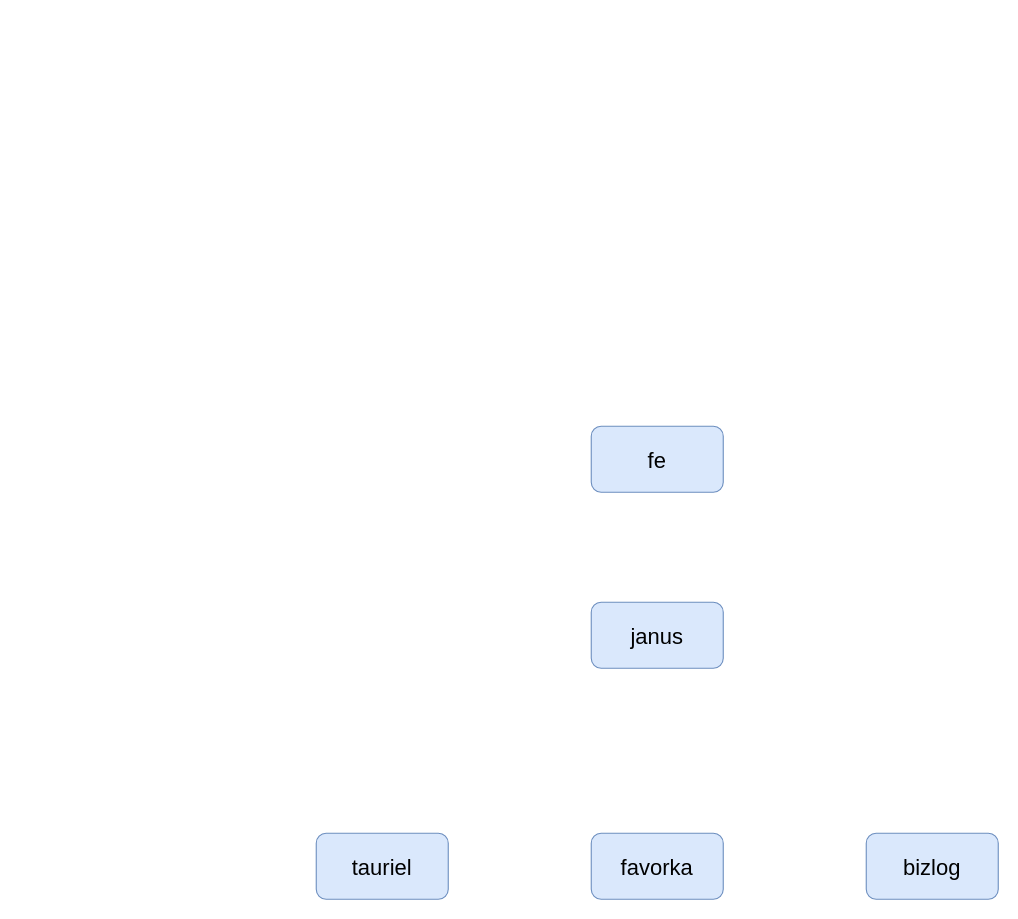
The draw.io diagram janus_gateway.drawio in effyroth/drawio2, before the edit. Source tidied: cells renumbered, new cells numbered last; positions are measured from the earlier drawing's top-left corner, leaving out a move shared by most shapes. Both pictures are drawn from the tidied source at 110%, with x=0, y=0 at pixel (316, 426).
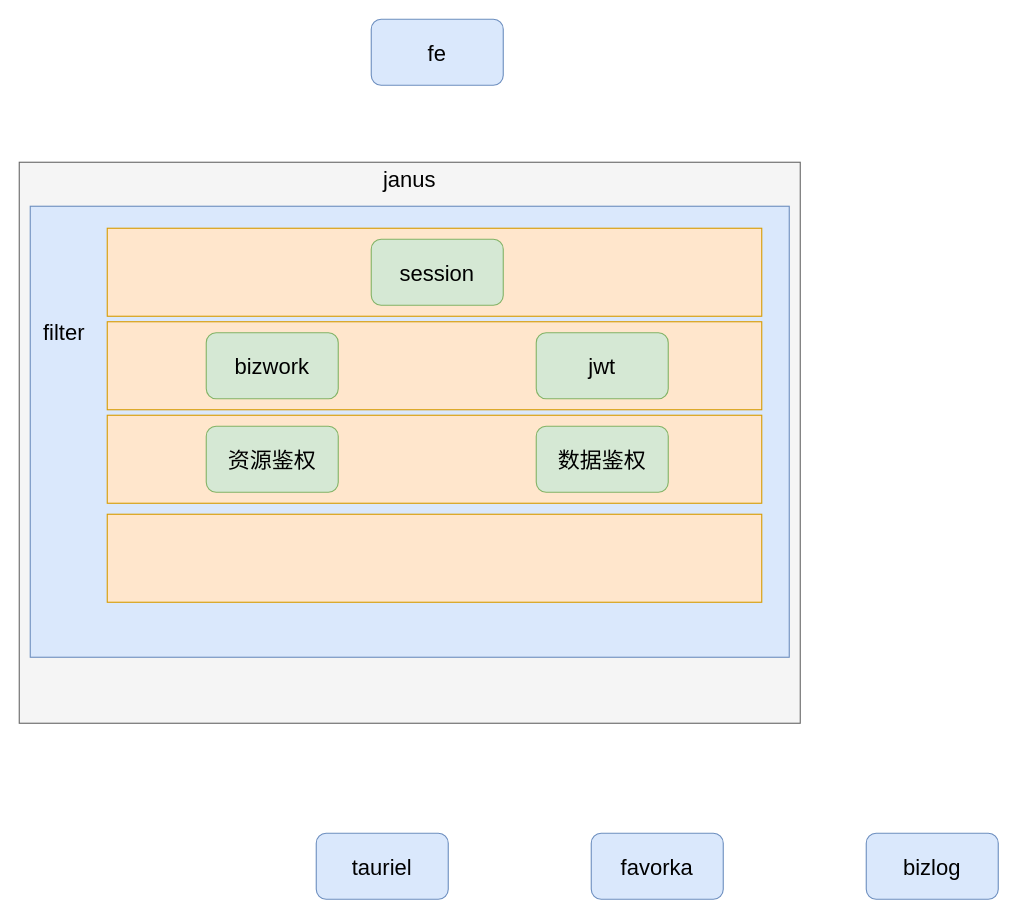
The same diagram, later.

Diff of the diagram source:
```diff
@@
 <mxGraphModel>
   <root>
     <mxCell id="0" />
     <mxCell id="1" parent="0" />
+    <mxCell id="7" style="rounded=0;whiteSpace=wrap;html=1;fillColor=#f5f5f5;strokeColor=#666666;fontColor=#333333;glass=0;comic=0;" parent="1" vertex="1">
+      <mxGeometry x="-270" y="-240" width="710" height="510" as="geometry" />
+    </mxCell>
     <mxCell id="2" value="&lt;font style=&quot;font-size: 20px&quot;&gt;fe&lt;/font&gt;" style="rounded=1;whiteSpace=wrap;html=1;fillColor=#dae8fc;strokeColor=#6c8ebf;" parent="1" vertex="1">
-      <mxGeometry x="250" width="120" height="60" as="geometry" />
+      <mxGeometry x="50" y="-370" width="120" height="60" as="geometry" />
     </mxCell>
-    <mxCell id="3" value="&lt;font style=&quot;font-size: 20px&quot;&gt;janus&lt;/font&gt;" style="rounded=1;whiteSpace=wrap;html=1;fillColor=#dae8fc;strokeColor=#6c8ebf;" parent="1" vertex="1">
-      <mxGeometry x="250" y="160" width="120" height="60" as="geometry" />
-    </mxCell>
     <mxCell id="4" value="&lt;font style=&quot;font-size: 20px&quot;&gt;tauriel&lt;/font&gt;" style="rounded=1;whiteSpace=wrap;html=1;fillColor=#dae8fc;strokeColor=#6c8ebf;" parent="1" vertex="1">
       <mxGeometry y="370" width="120" height="60" as="geometry" />
     </mxCell>
     <mxCell id="5" value="&lt;font style=&quot;font-size: 20px&quot;&gt;favorka&lt;/font&gt;" style="rounded=1;whiteSpace=wrap;html=1;fillColor=#dae8fc;strokeColor=#6c8ebf;" parent="1" vertex="1">
       <mxGeometry x="250" y="370" width="120" height="60" as="geometry" />
     </mxCell>
     <mxCell id="6" value="&lt;font style=&quot;font-size: 20px&quot;&gt;bizlog&lt;/font&gt;" style="rounded=1;whiteSpace=wrap;html=1;fillColor=#dae8fc;strokeColor=#6c8ebf;" parent="1" vertex="1">
       <mxGeometry x="500" y="370" width="120" height="60" as="geometry" />
     </mxCell>
+    <mxCell id="8" style="rounded=0;whiteSpace=wrap;html=1;fillColor=#dae8fc;strokeColor=#6c8ebf;" parent="1" vertex="1">
+      <mxGeometry x="-260" y="-200" width="690" height="410" as="geometry" />
+    </mxCell>
+    <mxCell id="3" value="&lt;font style=&quot;font-size: 20px&quot;&gt;janus&lt;/font&gt;" style="text;html=1;strokeColor=none;fillColor=none;align=center;verticalAlign=middle;whiteSpace=wrap;rounded=0;" parent="1" vertex="1">
+      <mxGeometry x="50" y="-240" width="70" height="30" as="geometry" />
+    </mxCell>
+    <mxCell id="9" value="&lt;font style=&quot;font-size: 20px&quot;&gt;filter&lt;/font&gt;" style="text;html=1;align=left;verticalAlign=top;spacingTop=-4;" parent="1" vertex="1">
+      <mxGeometry x="-250" y="-100" width="50" height="20" as="geometry" />
+    </mxCell>
+    <mxCell id="10" style="rounded=0;whiteSpace=wrap;html=1;fillColor=#ffe6cc;strokeColor=#d79b00;" parent="1" vertex="1">
+      <mxGeometry x="-190" y="-180" width="595" height="80" as="geometry" />
+    </mxCell>
+    <mxCell id="11" value="&lt;span style=&quot;font-size: 20px&quot;&gt;session&lt;/span&gt;" style="rounded=1;whiteSpace=wrap;html=1;fillColor=#d5e8d4;strokeColor=#82b366;" parent="1" vertex="1">
+      <mxGeometry x="50" y="-170" width="120" height="60" as="geometry" />
+    </mxCell>
+    <mxCell id="12" style="rounded=0;whiteSpace=wrap;html=1;fillColor=#ffe6cc;strokeColor=#d79b00;" parent="1" vertex="1">
+      <mxGeometry x="-190" y="-95" width="595" height="80" as="geometry" />
+    </mxCell>
+    <mxCell id="13" style="rounded=0;whiteSpace=wrap;html=1;fillColor=#ffe6cc;strokeColor=#d79b00;" parent="1" vertex="1">
+      <mxGeometry x="-190" y="-10" width="595" height="80" as="geometry" />
+    </mxCell>
+    <mxCell id="14" value="&lt;font style=&quot;font-size: 20px&quot;&gt;bizwork&lt;/font&gt;" style="rounded=1;whiteSpace=wrap;html=1;fillColor=#d5e8d4;strokeColor=#82b366;" parent="1" vertex="1">
+      <mxGeometry x="-100" y="-85" width="120" height="60" as="geometry" />
+    </mxCell>
+    <mxCell id="15" value="&lt;span style=&quot;font-size: 20px&quot;&gt;资源鉴权&lt;/span&gt;" style="rounded=1;whiteSpace=wrap;html=1;fillColor=#d5e8d4;strokeColor=#82b366;" parent="1" vertex="1">
+      <mxGeometry x="-100" width="120" height="60" as="geometry" />
+    </mxCell>
+    <mxCell id="16" value="&lt;span style=&quot;font-size: 20px&quot;&gt;jwt&lt;/span&gt;" style="rounded=1;whiteSpace=wrap;html=1;fillColor=#d5e8d4;strokeColor=#82b366;" parent="1" vertex="1">
+      <mxGeometry x="200" y="-85" width="120" height="60" as="geometry" />
+    </mxCell>
+    <mxCell id="17" value="&lt;span style=&quot;font-size: 20px&quot;&gt;数据鉴权&lt;/span&gt;" style="rounded=1;whiteSpace=wrap;html=1;fillColor=#d5e8d4;strokeColor=#82b366;" parent="1" vertex="1">
+      <mxGeometry x="200" width="120" height="60" as="geometry" />
+    </mxCell>
+    <mxCell id="18" style="rounded=0;whiteSpace=wrap;html=1;fillColor=#ffe6cc;strokeColor=#d79b00;" parent="1" vertex="1">
+      <mxGeometry x="-190" y="80" width="595" height="80" as="geometry" />
+    </mxCell>
   </root>
 </mxGraphModel>
```
